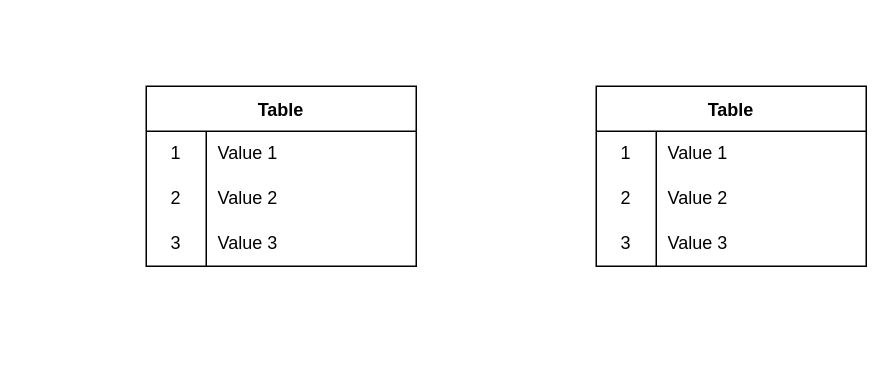
The draw.io diagram DataBaseSchema.drawio in abdullah75f/Simple-Crud-API, before the edit. Source tidied: cells renumbered, new cells numbered last; positions are measured from the earlier drawing's top-left corner, leaving out a move shared by most shapes. Both pictures are drawn from the tidied source at 150%, with x=0, y=0 at pixel (146, 86).
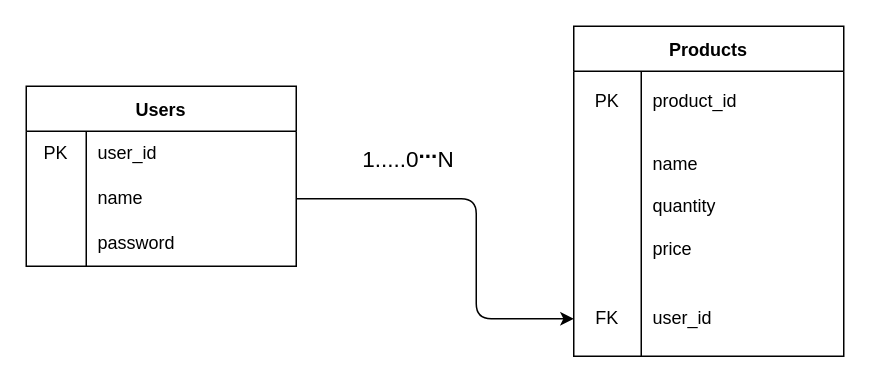
Above is the later version.

The change refers to these unchanged cells:
```xml
<mxCell id="3" style="shape=tableRow;horizontal=0;startSize=0;swimlaneHead=0;swimlaneBody=0;top=0;left=0;bottom=0;right=0;fillColor=none;" parent="2" vertex="1">
  <mxGeometry y="30" width="180" height="30" as="geometry" />
</mxCell>
<mxCell id="6" style="shape=tableRow;horizontal=0;startSize=0;swimlaneHead=0;swimlaneBody=0;top=0;left=0;bottom=0;right=0;fillColor=none;points=[[0,0.5],[1,0.5]];portConstraint=eastwest;" parent="2" vertex="1">
  <mxGeometry y="60" width="180" height="30" as="geometry" />
</mxCell>
<mxCell id="9" style="shape=tableRow;horizontal=0;startSize=0;swimlaneHead=0;swimlaneBody=0;top=0;left=0;bottom=0;right=0;fillColor=none;" parent="2" vertex="1">
  <mxGeometry y="90" width="180" height="30" as="geometry" />
</mxCell>
```

Diff of the diagram source:
```diff
@@
-    <mxCell id="2" value="Table" style="shape=table;startSize=30;childLayout=tableLayout;rowLines=0;fontStyle=1;" parent="1" vertex="1">
-      <mxGeometry width="180" height="120" as="geometry" />
+    <mxCell id="2" value="Users" style="shape=table;startSize=30;childLayout=tableLayout;rowLines=0;fontStyle=1;" parent="1" vertex="1">
+      <mxGeometry x="-80" width="180" height="120" as="geometry" />
     </mxCell>
@@
-    <mxCell id="4" value="1" style="shape=partialRectangle;html=1;whiteSpace=wrap;fillColor=none;top=0;left=0;bottom=0;right=0;overflow=hidden;" parent="3" vertex="1">
+    <mxCell id="4" value="PK" style="shape=partialRectangle;html=1;whiteSpace=wrap;fillColor=none;top=0;left=0;bottom=0;right=0;overflow=hidden;" parent="3" vertex="1">
       <mxGeometry width="40" height="30" as="geometry" />
     </mxCell>
-    <mxCell id="5" value="Value 1" style="shape=partialRectangle;html=1;whiteSpace=wrap;fillColor=none;top=0;left=0;bottom=0;right=0;align=left;spacingLeft=6;overflow=hidden;" parent="3" vertex="1">
+    <mxCell id="5" value="user_id" style="shape=partialRectangle;html=1;whiteSpace=wrap;fillColor=none;top=0;left=0;bottom=0;right=0;align=left;spacingLeft=6;overflow=hidden;" parent="3" vertex="1">
       <mxGeometry x="40" width="140" height="30" as="geometry" />
     </mxCell>
@@
-    <mxCell id="7" value="2" style="shape=partialRectangle;html=1;whiteSpace=wrap;fillColor=none;top=0;left=0;bottom=0;right=0;overflow=hidden;" parent="6" vertex="1">
+    <mxCell id="7" style="shape=partialRectangle;html=1;whiteSpace=wrap;fillColor=none;top=0;left=0;bottom=0;right=0;overflow=hidden;" parent="6" vertex="1">
       <mxGeometry width="40" height="30" as="geometry" />
     </mxCell>
-    <mxCell id="8" value="Value 2" style="shape=partialRectangle;html=1;whiteSpace=wrap;fillColor=none;top=0;left=0;bottom=0;right=0;align=left;spacingLeft=6;overflow=hidden;" parent="6" vertex="1">
+    <mxCell id="8" value="name" style="shape=partialRectangle;html=1;whiteSpace=wrap;fillColor=none;top=0;left=0;bottom=0;right=0;align=left;spacingLeft=6;overflow=hidden;" parent="6" vertex="1">
       <mxGeometry x="40" width="140" height="30" as="geometry" />
     </mxCell>
@@
-    <mxCell id="10" value="3" style="shape=partialRectangle;html=1;whiteSpace=wrap;fillColor=none;top=0;left=0;bottom=0;right=0;overflow=hidden;" parent="9" vertex="1">
+    <mxCell id="10" style="shape=partialRectangle;html=1;whiteSpace=wrap;fillColor=none;top=0;left=0;bottom=0;right=0;overflow=hidden;" parent="9" vertex="1">
       <mxGeometry width="40" height="30" as="geometry" />
     </mxCell>
-    <mxCell id="11" value="Value 3" style="shape=partialRectangle;html=1;whiteSpace=wrap;fillColor=none;top=0;left=0;bottom=0;right=0;align=left;spacingLeft=6;overflow=hidden;" parent="9" vertex="1">
+    <mxCell id="11" value="password" style="shape=partialRectangle;html=1;whiteSpace=wrap;fillColor=none;top=0;left=0;bottom=0;right=0;align=left;spacingLeft=6;overflow=hidden;" parent="9" vertex="1">
       <mxGeometry x="40" width="140" height="30" as="geometry" />
     </mxCell>
-    <mxCell id="12" value="Table" style="shape=table;startSize=30;childLayout=tableLayout;rowLines=0;fontStyle=1;" parent="1" vertex="1">
-      <mxGeometry x="300" width="180" height="120" as="geometry" />
+    <mxCell id="12" value="Products" style="shape=table;startSize=30;childLayout=tableLayout;rowLines=0;fontStyle=1;" parent="1" vertex="1">
+      <mxGeometry x="285" y="-40" width="180" height="220" as="geometry" />
     </mxCell>
     <mxCell id="13" style="shape=tableRow;horizontal=0;startSize=0;swimlaneHead=0;swimlaneBody=0;top=0;left=0;bottom=0;right=0;fillColor=none;" parent="12" vertex="1">
-      <mxGeometry y="30" width="180" height="30" as="geometry" />
+      <mxGeometry y="30" width="180" height="40" as="geometry" />
     </mxCell>
-    <mxCell id="14" value="1" style="shape=partialRectangle;html=1;whiteSpace=wrap;fillColor=none;top=0;left=0;bottom=0;right=0;overflow=hidden;" parent="13" vertex="1">
-      <mxGeometry width="40" height="30" as="geometry" />
+    <mxCell id="14" value="PK" style="shape=partialRectangle;html=1;whiteSpace=wrap;fillColor=none;top=0;left=0;bottom=0;right=0;overflow=hidden;" parent="13" vertex="1">
+      <mxGeometry width="45" height="40" as="geometry" />
     </mxCell>
-    <mxCell id="15" value="Value 1" style="shape=partialRectangle;html=1;whiteSpace=wrap;fillColor=none;top=0;left=0;bottom=0;right=0;align=left;spacingLeft=6;overflow=hidden;" parent="13" vertex="1">
-      <mxGeometry x="40" width="140" height="30" as="geometry" />
+    <mxCell id="15" value="product_id" style="shape=partialRectangle;html=1;whiteSpace=wrap;fillColor=none;top=0;left=0;bottom=0;right=0;align=left;spacingLeft=6;overflow=hidden;" parent="13" vertex="1">
+      <mxGeometry x="45" width="135" height="40" as="geometry" />
     </mxCell>
     <mxCell id="16" style="shape=tableRow;horizontal=0;startSize=0;swimlaneHead=0;swimlaneBody=0;top=0;left=0;bottom=0;right=0;fillColor=none;" parent="12" vertex="1">
-      <mxGeometry y="60" width="180" height="30" as="geometry" />
+      <mxGeometry y="70" width="180" height="100" as="geometry" />
     </mxCell>
-    <mxCell id="17" value="2" style="shape=partialRectangle;html=1;whiteSpace=wrap;fillColor=none;top=0;left=0;bottom=0;right=0;overflow=hidden;" parent="16" vertex="1">
-      <mxGeometry width="40" height="30" as="geometry" />
+    <mxCell id="17" style="shape=partialRectangle;html=1;whiteSpace=wrap;fillColor=none;top=0;left=0;bottom=0;right=0;overflow=hidden;" parent="16" vertex="1">
+      <mxGeometry width="45" height="100" as="geometry" />
     </mxCell>
-    <mxCell id="18" value="Value 2" style="shape=partialRectangle;html=1;whiteSpace=wrap;fillColor=none;top=0;left=0;bottom=0;right=0;align=left;spacingLeft=6;overflow=hidden;" parent="16" vertex="1">
-      <mxGeometry x="40" width="140" height="30" as="geometry" />
+    <mxCell id="18" value="name &lt;br&gt;&lt;br&gt;quantity&lt;br&gt;&lt;br&gt;price" style="shape=partialRectangle;html=1;whiteSpace=wrap;fillColor=none;top=0;left=0;bottom=0;right=0;align=left;spacingLeft=6;overflow=hidden;" parent="16" vertex="1">
+      <mxGeometry x="45" width="135" height="100" as="geometry" />
     </mxCell>
     <mxCell id="19" style="shape=tableRow;horizontal=0;startSize=0;swimlaneHead=0;swimlaneBody=0;top=0;left=0;bottom=0;right=0;fillColor=none;points=[[0,0.5],[1,0.5]];portConstraint=eastwest;" parent="12" vertex="1">
-      <mxGeometry y="90" width="180" height="30" as="geometry" />
+      <mxGeometry y="170" width="180" height="50" as="geometry" />
     </mxCell>
-    <mxCell id="20" value="3" style="shape=partialRectangle;html=1;whiteSpace=wrap;fillColor=none;top=0;left=0;bottom=0;right=0;overflow=hidden;" parent="19" vertex="1">
-      <mxGeometry width="40" height="30" as="geometry" />
+    <mxCell id="20" value="FK" style="shape=partialRectangle;html=1;whiteSpace=wrap;fillColor=none;top=0;left=0;bottom=0;right=0;overflow=hidden;" parent="19" vertex="1">
+      <mxGeometry width="45" height="50" as="geometry" />
     </mxCell>
-    <mxCell id="21" value="Value 3" style="shape=partialRectangle;html=1;whiteSpace=wrap;fillColor=none;top=0;left=0;bottom=0;right=0;align=left;spacingLeft=6;overflow=hidden;" parent="19" vertex="1">
-      <mxGeometry x="40" width="140" height="30" as="geometry" />
+    <mxCell id="21" value="user_id" style="shape=partialRectangle;html=1;whiteSpace=wrap;fillColor=none;top=0;left=0;bottom=0;right=0;align=left;spacingLeft=6;overflow=hidden;" parent="19" vertex="1">
+      <mxGeometry x="45" width="135" height="50" as="geometry" />
     </mxCell>
+    <mxCell id="22" style="edgeStyle=none;html=1;entryX=0;entryY=0.5;entryDx=0;entryDy=0;" parent="1" edge="1" source="6" target="19">
+      <mxGeometry relative="1" as="geometry">
+        <Array as="points">
+          <mxPoint x="160" y="75" />
+          <mxPoint x="220" y="75" />
+          <mxPoint x="220" y="155" />
+        </Array>
+      </mxGeometry>
+    </mxCell>
+    <mxCell id="23" value="&lt;font style=&quot;font-size: 15px;&quot;&gt;1.....0&lt;sup&gt;&lt;b style=&quot;font-size: 15px;&quot;&gt;...&lt;/b&gt;&lt;/sup&gt;N&lt;/font&gt;" style="text;html=1;strokeColor=none;fillColor=none;align=center;verticalAlign=middle;whiteSpace=wrap;rounded=0;" parent="1" vertex="1">
+      <mxGeometry x="110" y="30" width="130" height="30" as="geometry" />
+    </mxCell>
```
